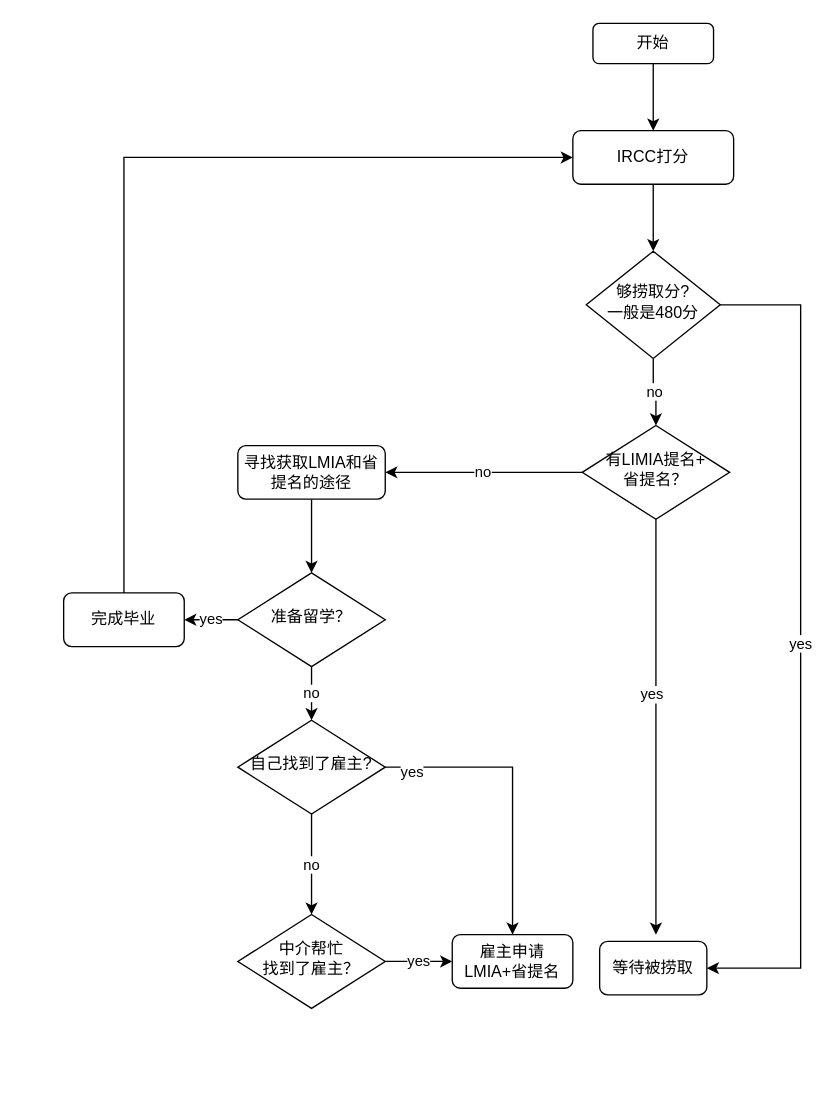
Earlier version of the draw.io diagram 移民途径.drawio (ynbgit/chart). Source tidied: cells renumbered, new cells numbered last; positions are measured from the earlier drawing's top-left corner, leaving out a move shared by most shapes. Both pictures are drawn from the tidied source at 134%, with x=0, y=0 at pixel (63, 23).
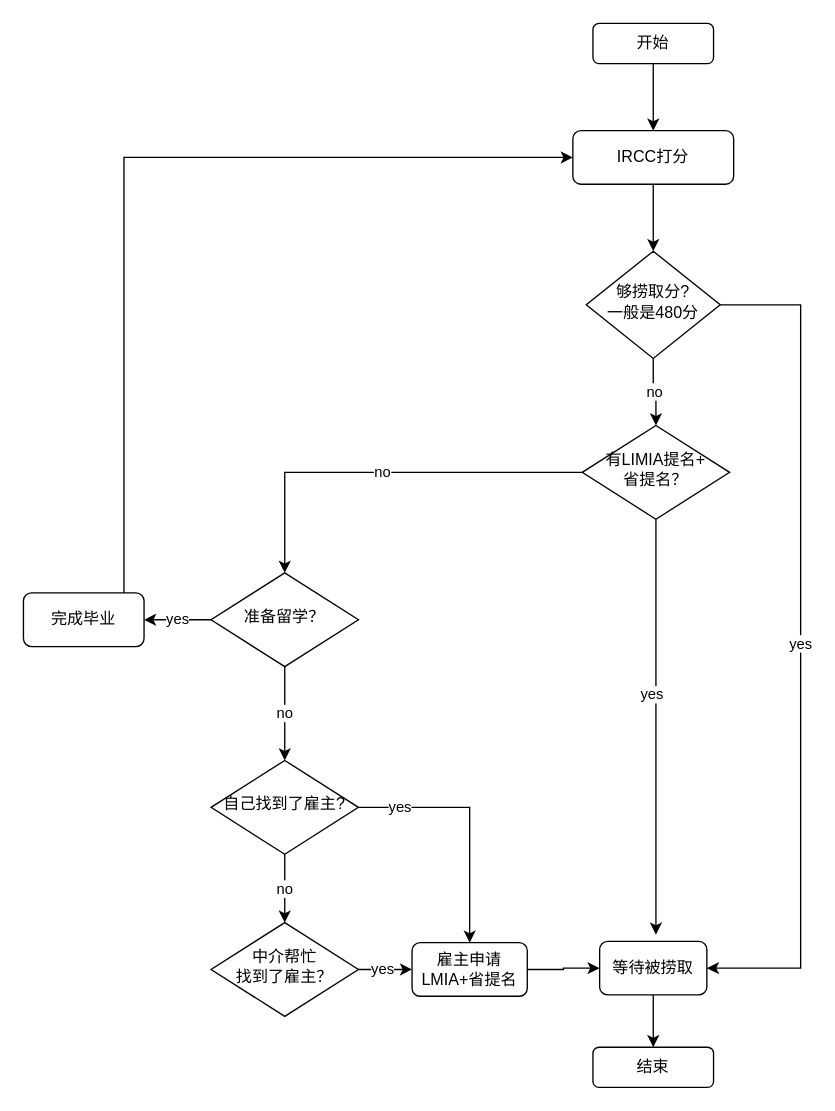
The same page after the edit.

Commit message (it also covers changes not shown here):
更新移民途径.drawio

The change refers to these unchanged cells:
```xml
<mxCell id="7" value="等待被捞取" style="rounded=1;whiteSpace=wrap;html=1;fontSize=12;glass=0;strokeWidth=1;shadow=0;" parent="1" vertex="1">
  <mxGeometry x="400" y="685" width="80" height="40" as="geometry" />
</mxCell>
<mxCell id="11" value="有LIMIA提名+&lt;br&gt;省提名？" style="rhombus;whiteSpace=wrap;html=1;shadow=0;fontFamily=Helvetica;fontSize=12;align=center;strokeWidth=1;spacing=6;spacingTop=-4;" parent="1" vertex="1">
  <mxGeometry x="387" y="300" width="110" height="70" as="geometry" />
</mxCell>
<mxCell id="18" style="edgeStyle=orthogonalEdgeStyle;rounded=0;jettySize=auto;html=1;entryX=0.5;entryY=0;entryDx=0;entryDy=0;" parent="1" edge="1" source="20" target="27">
  <mxGeometry relative="1" as="geometry" />
</mxCell>
```

The edit, as a diff of the source:
```diff
@@
+    <mxCell id="28" style="edgeStyle=orthogonalEdgeStyle;rounded=0;jettySize=auto;html=1;" parent="1" edge="1" source="7" target="30">
+      <mxGeometry relative="1" as="geometry" />
+    </mxCell>
@@
-    <mxCell id="8" value="no" style="edgeStyle=orthogonalEdgeStyle;rounded=0;jettySize=auto;html=1;entryX=1;entryY=0.5;entryDx=0;entryDy=0;" parent="1" edge="1" source="11" target="13">
+    <mxCell id="8" value="no" style="edgeStyle=orthogonalEdgeStyle;rounded=0;jettySize=auto;html=1;entryX=0.5;entryY=0;entryDx=0;entryDy=0;" parent="1" edge="1" source="11" target="16">
       <mxGeometry relative="1" as="geometry" />
     </mxCell>
@@
-    <mxCell id="12" style="edgeStyle=orthogonalEdgeStyle;rounded=0;jettySize=auto;html=1;entryX=0.5;entryY=0;entryDx=0;entryDy=0;" parent="1" edge="1" source="13" target="16">
-      <mxGeometry relative="1" as="geometry" />
-    </mxCell>
-    <mxCell id="13" value="寻找获取LMIA和省提名的途径" style="rounded=1;whiteSpace=wrap;html=1;fontSize=12;glass=0;strokeWidth=1;shadow=0;" parent="1" vertex="1">
-      <mxGeometry x="130" y="315" width="110" height="40" as="geometry" />
-    </mxCell>
@@
     <mxCell id="16" value="准备留学？" style="rhombus;whiteSpace=wrap;html=1;shadow=0;fontFamily=Helvetica;fontSize=12;align=center;strokeWidth=1;spacing=6;spacingTop=-4;" parent="1" vertex="1">
-      <mxGeometry x="130" y="410" width="110" height="70" as="geometry" />
+      <mxGeometry x="110" y="410" width="110" height="70" as="geometry" />
     </mxCell>
@@
     <mxCell id="19" value="yes" style="edgeLabel;html=1;align=center;verticalAlign=middle;" parent="18" vertex="1">
-      <mxGeometry x="-0.83" y="-3" relative="1" as="geometry" />
+      <mxGeometry x="-0.83" y="-3" relative="1" as="geometry">
+        <mxPoint x="14" y="-4" as="offset" />
+      </mxGeometry>
     </mxCell>
     <mxCell id="20" value="自己找到了雇主?" style="rhombus;whiteSpace=wrap;html=1;shadow=0;fontFamily=Helvetica;fontSize=12;align=center;strokeWidth=1;spacing=6;spacingTop=-4;" parent="1" vertex="1">
-      <mxGeometry x="130" y="520" width="110" height="70" as="geometry" />
+      <mxGeometry x="110" y="550" width="110" height="70" as="geometry" />
     </mxCell>
-    <mxCell id="21" value="yes" style="edgeStyle=orthogonalEdgeStyle;rounded=0;jettySize=auto;html=1;" parent="1" edge="1" source="22" target="27">
-      <mxGeometry relative="1" as="geometry" />
+    <mxCell id="21" value="yes" style="edgeStyle=orthogonalEdgeStyle;rounded=0;orthogonalLoop=1;jettySize=auto;html=1;" parent="1" edge="1">
+      <mxGeometry relative="1" as="geometry">
+        <mxPoint x="215" y="706" as="sourcePoint" />
+        <mxPoint x="260" y="706" as="targetPoint" />
+      </mxGeometry>
     </mxCell>
     <mxCell id="22" value="中介帮忙&lt;br&gt;找到了雇主？" style="rhombus;whiteSpace=wrap;html=1;shadow=0;fontFamily=Helvetica;fontSize=12;align=center;strokeWidth=1;spacing=6;spacingTop=-4;" parent="1" vertex="1">
-      <mxGeometry x="130" y="665" width="110" height="70" as="geometry" />
+      <mxGeometry x="110" y="671" width="110" height="70" as="geometry" />
     </mxCell>
@@
     <mxCell id="24" value="完成毕业" style="rounded=1;whiteSpace=wrap;html=1;fontSize=12;glass=0;strokeWidth=1;shadow=0;" parent="1" vertex="1">
-      <mxGeometry y="425" width="90" height="40" as="geometry" />
+      <mxGeometry x="-30" y="425" width="90" height="40" as="geometry" />
     </mxCell>
@@
+    <mxCell id="29" style="edgeStyle=orthogonalEdgeStyle;rounded=0;jettySize=auto;html=1;entryX=0;entryY=0.5;entryDx=0;entryDy=0;" parent="1" edge="1" source="27" target="7">
+      <mxGeometry relative="1" as="geometry">
+        <Array as="points">
+          <mxPoint x="373" y="706" />
+          <mxPoint x="373" y="705" />
+        </Array>
+      </mxGeometry>
+    </mxCell>
     <mxCell id="27" value="雇主申请&lt;br&gt;LMIA+省提名" style="rounded=1;whiteSpace=wrap;html=1;fontSize=12;glass=0;strokeWidth=1;shadow=0;" parent="1" vertex="1">
-      <mxGeometry x="290" y="680" width="90" height="40" as="geometry" />
+      <mxGeometry x="260" y="686" width="86" height="40" as="geometry" />
     </mxCell>
+    <mxCell id="30" value="结束" style="rounded=1;whiteSpace=wrap;html=1;" parent="1" vertex="1">
+      <mxGeometry x="395" y="764" width="90" height="30" as="geometry" />
+    </mxCell>
```
